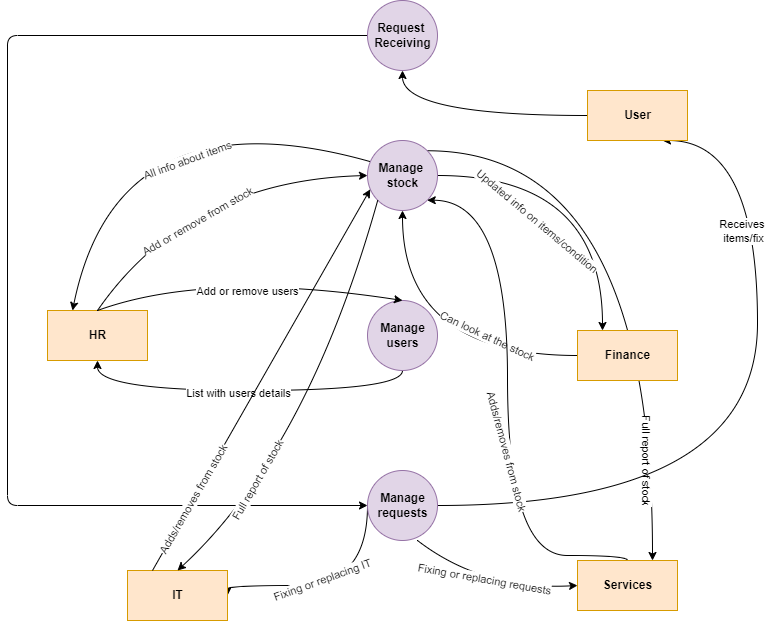
kjahaj/Inventory-system-Door-7-guys. keeps this draw.io diagram as DFD/DFD Level 1.drawio.png. Above is the earlier version. Source tidied: cells renumbered, new cells last; positions are measured from the earlier drawing's top-left corner, leaving out a move shared by most shapes.
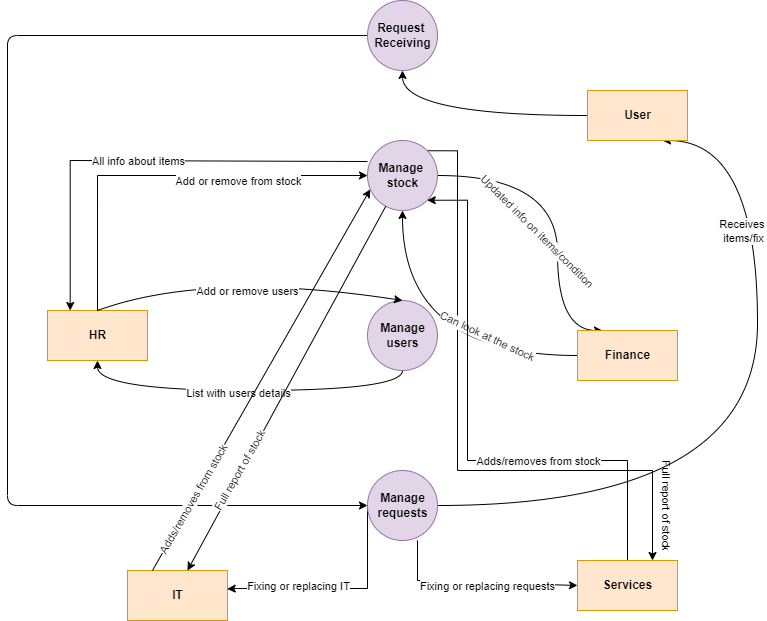
The same diagram one commit later.

What changed in the source:
```diff
@@ -3,19 +3,30 @@
     <mxCell id="0" />
     <mxCell id="1" parent="0" />
     <mxCell id="2" style="edgeStyle=orthogonalEdgeStyle;curved=1;jettySize=auto;html=1;entryX=0.25;entryY=0;entryDx=0;entryDy=0;" parent="1" edge="1" source="6" target="28">
-      <mxGeometry relative="1" as="geometry" />
+      <mxGeometry relative="1" as="geometry">
+        <Array as="points">
+          <mxPoint x="550" y="175" />
+          <mxPoint x="550" y="330" />
+        </Array>
+      </mxGeometry>
     </mxCell>
-    <mxCell id="3" value="Updated info on items/condition" style="edgeLabel;html=1;align=center;verticalAlign=middle;rotation=40;" parent="2" vertex="1">
+    <mxCell id="3" value="Updated info on items/condition" style="edgeLabel;html=1;align=center;verticalAlign=middle;rotation=45;" parent="2" vertex="1">
       <mxGeometry x="-0.33" y="-24" relative="1" as="geometry">
-        <mxPoint x="-8" y="21" as="offset" />
+        <mxPoint x="-8" y="31" as="offset" />
       </mxGeometry>
     </mxCell>
-    <mxCell id="4" style="edgeStyle=orthogonalEdgeStyle;curved=1;jettySize=auto;html=1;exitX=1;exitY=0;exitDx=0;exitDy=0;entryX=0.75;entryY=0;entryDx=0;entryDy=0;" parent="1" edge="1" source="6" target="31">
-      <mxGeometry relative="1" as="geometry" />
+    <mxCell id="4" style="edgeStyle=orthogonalEdgeStyle;jettySize=auto;html=1;exitX=1;exitY=0;exitDx=0;exitDy=0;entryX=0.75;entryY=0;entryDx=0;entryDy=0;rounded=0;" parent="1" edge="1" source="6" target="31">
+      <mxGeometry relative="1" as="geometry">
+        <Array as="points">
+          <mxPoint x="450" y="150" />
+          <mxPoint x="450" y="470" />
+          <mxPoint x="645" y="470" />
+        </Array>
+      </mxGeometry>
     </mxCell>
     <mxCell id="5" value="Full report of stock" style="edgeLabel;html=1;align=center;verticalAlign=middle;rotation=90;" parent="4" vertex="1">
       <mxGeometry x="0.63" y="-7" relative="1" as="geometry">
-        <mxPoint x="2" y="19" as="offset" />
+        <mxPoint x="44" y="28" as="offset" />
       </mxGeometry>
     </mxCell>
     <mxCell id="6" value="&lt;b&gt;Manage&amp;nbsp;&lt;br&gt;stock&lt;br&gt;&lt;/b&gt;" style="shape=ellipse;html=1;dashed=0;whitespace=wrap;perimeter=ellipsePerimeter;fillColor=#e1d5e7;strokeColor=#9673a6;" parent="1" vertex="1">
@@ -50,16 +61,17 @@
         <mxPoint x="-13" y="40" as="offset" />
       </mxGeometry>
     </mxCell>
-    <mxCell id="12" style="edgeStyle=orthogonalEdgeStyle;jettySize=auto;html=1;entryX=1;entryY=0.5;entryDx=0;entryDy=0;curved=1;" parent="1" edge="1" source="14" target="34">
+    <mxCell id="12" style="edgeStyle=orthogonalEdgeStyle;jettySize=auto;html=1;entryX=0.997;entryY=0.369;entryDx=0;entryDy=0;rounded=0;entryPerimeter=0;" parent="1" edge="1" source="14" target="34">
       <mxGeometry relative="1" as="geometry">
         <Array as="points">
-          <mxPoint x="360" y="585" />
+          <mxPoint x="360" y="588" />
+          <mxPoint x="230" y="588" />
         </Array>
       </mxGeometry>
     </mxCell>
-    <mxCell id="13" value="Fixing or replacing IT" style="edgeLabel;html=1;align=center;verticalAlign=middle;rotation=-20;" parent="12" vertex="1">
+    <mxCell id="13" value="Fixing or replacing IT" style="edgeLabel;html=1;align=center;verticalAlign=middle;rotation=0;" parent="12" vertex="1">
       <mxGeometry x="0.09" y="-14" relative="1" as="geometry">
-        <mxPoint y="9" as="offset" />
+        <mxPoint x="-31" y="11" as="offset" />
       </mxGeometry>
     </mxCell>
     <mxCell id="14" value="&lt;b&gt;Manage &lt;br&gt;requests&lt;br&gt;&lt;/b&gt;" style="shape=ellipse;html=1;dashed=0;whitespace=wrap;perimeter=ellipsePerimeter;fillColor=#e1d5e7;strokeColor=#9673a6;" parent="1" vertex="1">
@@ -81,29 +93,31 @@
         <mxPoint x="32" y="6" as="offset" />
       </mxGeometry>
     </mxCell>
-    <mxCell id="18" style="endArrow=classic;html=1;curved=1;entryX=0;entryY=0.5;entryDx=0;entryDy=0;" parent="1" edge="1" target="6">
+    <mxCell id="18" style="endArrow=classic;html=1;entryX=0;entryY=0.5;entryDx=0;entryDy=0;rounded=0;" parent="1" edge="1" target="6">
       <mxGeometry relative="1" as="geometry">
         <mxPoint x="90" y="310" as="sourcePoint" />
         <Array as="points">
-          <mxPoint x="180" y="180" />
+          <mxPoint x="90" y="175" />
         </Array>
       </mxGeometry>
     </mxCell>
-    <mxCell id="19" value="Add or remove from stock" style="edgeLabel;html=1;align=center;verticalAlign=middle;rotation=-30;" parent="18" vertex="1">
+    <mxCell id="19" value="Add or remove from stock" style="edgeLabel;html=1;align=center;verticalAlign=middle;rotation=0;" parent="18" vertex="1">
       <mxGeometry x="0.05" y="-31" relative="1" as="geometry">
-        <mxPoint x="-10" y="10" as="offset" />
+        <mxPoint x="63" y="-26" as="offset" />
       </mxGeometry>
     </mxCell>
-    <mxCell id="20" style="endArrow=classic;html=1;curved=1;exitX=0.033;exitY=0.3;exitDx=0;exitDy=0;exitPerimeter=0;entryX=0.25;entryY=0;entryDx=0;entryDy=0;" parent="1" edge="1" source="6" target="15">
+    <mxCell id="20" style="endArrow=classic;html=1;exitX=0.033;exitY=0.3;exitDx=0;exitDy=0;exitPerimeter=0;entryX=0.25;entryY=0;entryDx=0;entryDy=0;rounded=0;" parent="1" edge="1">
       <mxGeometry relative="1" as="geometry">
+        <mxPoint x="360" y="161" as="sourcePoint" />
+        <mxPoint x="62.7" y="310" as="targetPoint" />
         <Array as="points">
-          <mxPoint x="110" y="90" />
+          <mxPoint x="62.7" y="160" />
         </Array>
       </mxGeometry>
     </mxCell>
-    <mxCell id="21" value="All info about items" style="edgeLabel;html=1;align=center;verticalAlign=middle;rotation=-20;" parent="20" vertex="1">
+    <mxCell id="21" value="All info about items" style="edgeLabel;html=1;align=center;verticalAlign=middle;rotation=0;" parent="20" vertex="1">
       <mxGeometry x="-0.26" y="42" relative="1" as="geometry">
-        <mxPoint x="2" y="7" as="offset" />
+        <mxPoint x="-64" y="-42" as="offset" />
       </mxGeometry>
     </mxCell>
     <mxCell id="22" style="edgeStyle=orthogonalEdgeStyle;jettySize=auto;html=1;rounded=1;entryX=0;entryY=0.5;entryDx=0;entryDy=0;" parent="1" edge="1" source="23" target="14">
@@ -134,48 +148,47 @@
     <mxCell id="28" value="&lt;b&gt;Finance&lt;/b&gt;" style="html=1;dashed=0;whitespace=wrap;fillColor=#ffe6cc;strokeColor=#d79b00;" parent="1" vertex="1">
       <mxGeometry x="570" y="330" width="100" height="50" as="geometry" />
     </mxCell>
-    <mxCell id="29" style="edgeStyle=orthogonalEdgeStyle;jettySize=auto;html=1;entryX=1;entryY=1;entryDx=0;entryDy=0;curved=1;" parent="1" edge="1" source="31" target="6">
+    <mxCell id="29" style="edgeStyle=orthogonalEdgeStyle;jettySize=auto;html=1;entryX=1;entryY=1;entryDx=0;entryDy=0;rounded=0;" parent="1" edge="1" source="31" target="6">
       <mxGeometry relative="1" as="geometry">
         <Array as="points">
-          <mxPoint x="500" y="555" />
-          <mxPoint x="500" y="200" />
+          <mxPoint x="620" y="460" />
+          <mxPoint x="460" y="460" />
+          <mxPoint x="460" y="200" />
         </Array>
       </mxGeometry>
     </mxCell>
-    <mxCell id="30" value="Adds/removes from stock" style="edgeLabel;html=1;align=center;verticalAlign=middle;rotation=75;" parent="29" vertex="1">
+    <mxCell id="30" value="Adds/removes from stock" style="edgeLabel;html=1;align=center;verticalAlign=middle;rotation=0;" parent="29" vertex="1">
       <mxGeometry x="-0.16" y="1" relative="1" as="geometry">
-        <mxPoint x="1" y="5" as="offset" />
+        <mxPoint x="45" y="-1" as="offset" />
       </mxGeometry>
     </mxCell>
     <mxCell id="31" value="&lt;b&gt;Services&lt;/b&gt;" style="html=1;dashed=0;whitespace=wrap;fillColor=#ffe6cc;strokeColor=#d79b00;" parent="1" vertex="1">
       <mxGeometry x="570" y="560" width="100" height="50" as="geometry" />
     </mxCell>
-    <mxCell id="32" style="endArrow=classic;html=1;curved=1;exitX=0.5;exitY=1;exitDx=0;exitDy=0;entryX=0;entryY=0.5;entryDx=0;entryDy=0;" parent="1" edge="1" target="31">
+    <mxCell id="32" style="endArrow=classic;html=1;exitX=0.5;exitY=1;exitDx=0;exitDy=0;entryX=0;entryY=0.5;entryDx=0;entryDy=0;rounded=0;" parent="1" edge="1" target="31">
       <mxGeometry relative="1" as="geometry">
         <mxPoint x="410" y="540" as="sourcePoint" />
         <Array as="points">
-          <mxPoint x="475" y="590" />
+          <mxPoint x="410" y="580" />
         </Array>
       </mxGeometry>
     </mxCell>
-    <mxCell id="33" value="Fixing or replacing requests" style="edgeLabel;html=1;align=center;verticalAlign=middle;rotation=10;" parent="32" vertex="1">
+    <mxCell id="33" value="Fixing or replacing requests" style="edgeLabel;html=1;align=center;verticalAlign=middle;rotation=0;" parent="32" vertex="1">
       <mxGeometry x="0.08" y="-15" relative="1" as="geometry">
-        <mxPoint x="-13" y="-26" as="offset" />
+        <mxPoint x="2" y="-12" as="offset" />
       </mxGeometry>
     </mxCell>
     <mxCell id="34" value="&lt;b&gt;IT&lt;/b&gt;" style="html=1;dashed=0;whitespace=wrap;fillColor=#ffe6cc;strokeColor=#d79b00;" parent="1" vertex="1">
       <mxGeometry x="120" y="570" width="100" height="50" as="geometry" />
     </mxCell>
-    <mxCell id="35" style="endArrow=classic;html=1;curved=1;exitX=0;exitY=1;exitDx=0;exitDy=0;entryX=0.5;entryY=0;entryDx=0;entryDy=0;" parent="1" edge="1" source="6" target="34">
+    <mxCell id="35" style="endArrow=classic;html=1;entryX=0.5;entryY=0;entryDx=0;entryDy=0;rounded=0;" parent="1" edge="1" source="6">
       <mxGeometry relative="1" as="geometry">
-        <Array as="points">
-          <mxPoint x="300" y="450" />
-        </Array>
+        <mxPoint x="180" y="570" as="targetPoint" />
       </mxGeometry>
     </mxCell>
     <mxCell id="36" value="Full report of stock" style="edgeLabel;html=1;align=center;verticalAlign=middle;rotation=-60;" parent="35" vertex="1">
       <mxGeometry x="0.56" y="-3" relative="1" as="geometry">
-        <mxPoint x="11" y="-23" as="offset" />
+        <mxPoint x="11" y="-19" as="offset" />
       </mxGeometry>
     </mxCell>
     <mxCell id="37" style="endArrow=classic;html=1;curved=1;exitX=0.25;exitY=0;exitDx=0;exitDy=0;entryX=0.039;entryY=0.698;entryDx=0;entryDy=0;entryPerimeter=0;" parent="1" edge="1" source="34" target="6">
```
